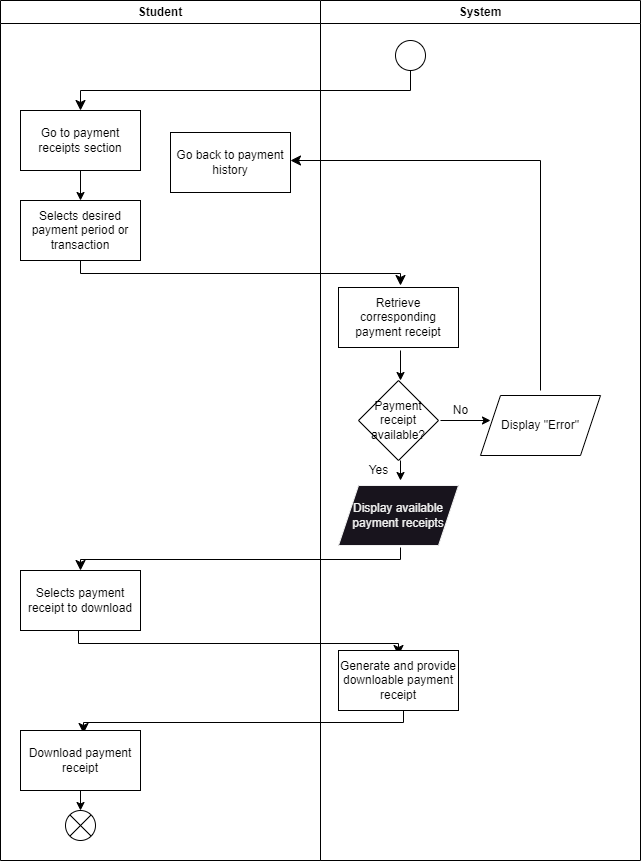
Earlier version of the draw.io export project/drawio/stakeholder/activity diagram/uc22.png (drshahizan/software-engineering). Source tidied: cells renumbered, new cells last; positions are measured from the earlier drawing's top-left corner, leaving out a move shared by most shapes. Its diagram source:
```xml
<mxGraphModel>
  <root>
    <mxCell id="0" />
    <mxCell id="1" parent="0" />
    <mxCell id="2" style="ellipse;" parent="1" vertex="1">
      <mxGeometry x="395" y="40" width="30" height="30" as="geometry" />
    </mxCell>
    <mxCell id="3" style="edgeStyle=elbowEdgeStyle;elbow=vertical;endArrow=classic;html=1;curved=0;rounded=0;endSize=8;startSize=8;" parent="1" edge="1">
      <mxGeometry relative="1" as="geometry">
        <mxPoint x="410" y="70" as="sourcePoint" />
        <mxPoint x="80" y="110" as="targetPoint" />
      </mxGeometry>
    </mxCell>
    <mxCell id="4" value="Go to payment receipts section" style="rounded=0;whiteSpace=wrap;html=1;" parent="1" vertex="1">
      <mxGeometry x="20" y="110" width="120" height="60" as="geometry" />
    </mxCell>
    <mxCell id="5" style="endArrow=classic;html=1;" parent="1" edge="1">
      <mxGeometry relative="1" as="geometry">
        <mxPoint x="80" y="170" as="sourcePoint" />
        <mxPoint x="80" y="200" as="targetPoint" />
      </mxGeometry>
    </mxCell>
    <mxCell id="6" value="Selects desired payment period or transaction" style="rounded=0;whiteSpace=wrap;html=1;" parent="1" vertex="1">
      <mxGeometry x="20" y="200" width="120" height="60" as="geometry" />
    </mxCell>
    <mxCell id="7" style="edgeStyle=elbowEdgeStyle;elbow=vertical;endArrow=classic;html=1;curved=0;rounded=0;endSize=8;startSize=8;" parent="1" edge="1">
      <mxGeometry relative="1" as="geometry">
        <mxPoint x="80" y="260" as="sourcePoint" />
        <mxPoint x="400" y="285" as="targetPoint" />
      </mxGeometry>
    </mxCell>
    <mxCell id="8" value="Retrieve corresponding payment receipt" style="rounded=0;whiteSpace=wrap;html=1;" parent="1" vertex="1">
      <mxGeometry x="338" y="287" width="120" height="60" as="geometry" />
    </mxCell>
    <mxCell id="9" style="endArrow=classic;html=1;" parent="1" edge="1">
      <mxGeometry relative="1" as="geometry">
        <mxPoint x="400" y="350" as="sourcePoint" />
        <mxPoint x="400" y="380" as="targetPoint" />
      </mxGeometry>
    </mxCell>
    <mxCell id="10" value="Payment receipt available?" style="rhombus;whiteSpace=wrap;html=1;" parent="1" vertex="1">
      <mxGeometry x="358" y="380" width="80" height="80" as="geometry" />
    </mxCell>
    <mxCell id="11" style="endArrow=classic;html=1;" parent="1" edge="1">
      <mxGeometry relative="1" as="geometry">
        <mxPoint x="400" y="460" as="sourcePoint" />
        <mxPoint x="400" y="480" as="targetPoint" />
      </mxGeometry>
    </mxCell>
    <mxCell id="12" value="Yes" style="text;html=1;align=center;verticalAlign=middle;points=[];strokeColor=none;fillColor=none;" parent="1" vertex="1">
      <mxGeometry x="358" y="455" width="40" height="30" as="geometry" />
    </mxCell>
    <mxCell id="13" value="Display available payment receipts" style="shape=parallelogram;perimeter=parallelogramPerimeter;whiteSpace=wrap;html=1;fixedSize=1;fontFamily=Helvetica;fontSize=12;fontColor=rgb(240, 240, 240);align=center;strokeColor=rgb(240, 240, 240);fillColor=rgb(24, 20, 29);" parent="1" vertex="1">
      <mxGeometry x="338" y="485" width="120" height="60" as="geometry" />
    </mxCell>
    <mxCell id="14" style="edgeStyle=elbowEdgeStyle;elbow=vertical;endArrow=classic;html=1;curved=0;rounded=0;endSize=8;startSize=8;" parent="1" edge="1">
      <mxGeometry relative="1" as="geometry">
        <mxPoint x="400" y="547" as="sourcePoint" />
        <mxPoint x="80" y="570" as="targetPoint" />
      </mxGeometry>
    </mxCell>
    <mxCell id="15" value="Selects payment receipt to download" style="rounded=0;whiteSpace=wrap;html=1;" parent="1" vertex="1">
      <mxGeometry x="20" y="570" width="120" height="60" as="geometry" />
    </mxCell>
    <mxCell id="16" style="edgeStyle=elbowEdgeStyle;elbow=vertical;endArrow=classic;html=1;curved=0;rounded=0;endSize=8;startSize=8;" parent="1" edge="1">
      <mxGeometry relative="1" as="geometry">
        <mxPoint x="78" y="630" as="sourcePoint" />
        <mxPoint x="398" y="655" as="targetPoint" />
      </mxGeometry>
    </mxCell>
    <mxCell id="17" value="Generate and provide downloable payment receipt" style="rounded=0;whiteSpace=wrap;html=1;" parent="1" vertex="1">
      <mxGeometry x="338" y="650" width="120" height="60" as="geometry" />
    </mxCell>
    <mxCell id="18" style="edgeStyle=elbowEdgeStyle;elbow=vertical;endArrow=classic;html=1;curved=0;rounded=0;endSize=8;startSize=8;" parent="1" edge="1">
      <mxGeometry relative="1" as="geometry">
        <mxPoint x="403" y="710" as="sourcePoint" />
        <mxPoint x="83" y="733" as="targetPoint" />
        <Array as="points">
          <mxPoint x="253" y="722" />
        </Array>
      </mxGeometry>
    </mxCell>
    <mxCell id="19" value="Download payment receipt" style="rounded=0;whiteSpace=wrap;html=1;" parent="1" vertex="1">
      <mxGeometry x="20" y="730" width="120" height="60" as="geometry" />
    </mxCell>
    <mxCell id="20" style="endArrow=classic;html=1;" parent="1" edge="1">
      <mxGeometry relative="1" as="geometry">
        <mxPoint x="80" y="790" as="sourcePoint" />
        <mxPoint x="80" y="810" as="targetPoint" />
      </mxGeometry>
    </mxCell>
    <mxCell id="21" style="shape=sumEllipse;perimeter=ellipsePerimeter;whiteSpace=wrap;html=1;backgroundOutline=1;" parent="1" vertex="1">
      <mxGeometry x="65" y="810" width="30" height="30" as="geometry" />
    </mxCell>
    <mxCell id="22" style="endArrow=classic;html=1;" parent="1" edge="1">
      <mxGeometry relative="1" as="geometry">
        <mxPoint x="440" y="420" as="sourcePoint" />
        <mxPoint x="490" y="420" as="targetPoint" />
      </mxGeometry>
    </mxCell>
    <mxCell id="23" value="No" style="text;html=1;align=center;verticalAlign=middle;strokeColor=none;fillColor=none;" parent="1" vertex="1">
      <mxGeometry x="440" y="395" width="40" height="30" as="geometry" />
    </mxCell>
    <mxCell id="24" value="Display &quot;Error&quot;" style="shape=parallelogram;perimeter=parallelogramPerimeter;whiteSpace=wrap;html=1;fixedSize=1;" parent="1" vertex="1">
      <mxGeometry x="480" y="395" width="120" height="60" as="geometry" />
    </mxCell>
    <mxCell id="25" style="edgeStyle=elbowEdgeStyle;elbow=vertical;endArrow=classic;html=1;curved=0;rounded=0;endSize=8;startSize=8;" parent="1" edge="1">
      <mxGeometry relative="1" as="geometry">
        <mxPoint x="540" y="390" as="sourcePoint" />
        <mxPoint x="290" y="160" as="targetPoint" />
        <Array as="points">
          <mxPoint x="290" y="160" />
        </Array>
      </mxGeometry>
    </mxCell>
    <mxCell id="26" value="Go back to payment history" style="rounded=0;whiteSpace=wrap;html=1;" parent="1" vertex="1">
      <mxGeometry x="170" y="132" width="120" height="60" as="geometry" />
    </mxCell>
    <mxCell id="27" value="Student" style="swimlane;whiteSpace=wrap;html=1;" parent="1" vertex="1">
      <mxGeometry width="320" height="860" as="geometry" />
    </mxCell>
    <mxCell id="28" value="System" style="swimlane;whiteSpace=wrap;html=1;" parent="1" vertex="1">
      <mxGeometry x="320" width="320" height="860" as="geometry" />
    </mxCell>
  </root>
</mxGraphModel>
```
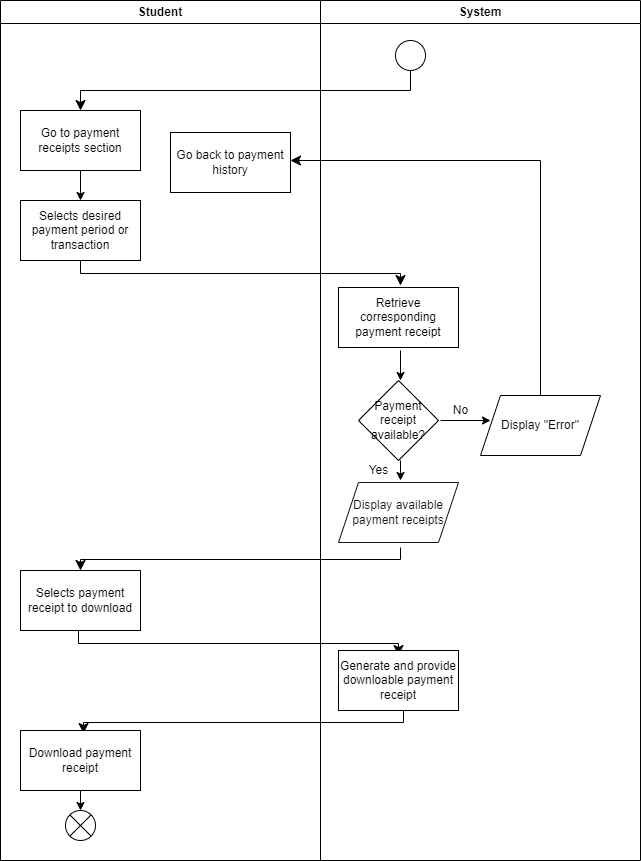
After the change.

The edit, as a diff of the source:
```diff
@@ -47,11 +47,14 @@
         <mxPoint x="400" y="480" as="targetPoint" />
       </mxGeometry>
     </mxCell>
+    <mxCell id="29" style="edgeStyle=none;html=1;" parent="1" edge="1" source="12" target="13">
+      <mxGeometry relative="1" as="geometry" />
+    </mxCell>
     <mxCell id="12" value="Yes" style="text;html=1;align=center;verticalAlign=middle;points=[];strokeColor=none;fillColor=none;" parent="1" vertex="1">
       <mxGeometry x="358" y="455" width="40" height="30" as="geometry" />
     </mxCell>
-    <mxCell id="13" value="Display available payment receipts" style="shape=parallelogram;perimeter=parallelogramPerimeter;whiteSpace=wrap;html=1;fixedSize=1;fontFamily=Helvetica;fontSize=12;fontColor=rgb(240, 240, 240);align=center;strokeColor=rgb(240, 240, 240);fillColor=rgb(24, 20, 29);" parent="1" vertex="1">
-      <mxGeometry x="338" y="485" width="120" height="60" as="geometry" />
+    <mxCell id="13" value="&lt;font color=&quot;#18141d&quot;&gt;Display available payment receipts&lt;/font&gt;" style="shape=parallelogram;perimeter=parallelogramPerimeter;whiteSpace=wrap;html=1;fixedSize=1;fontFamily=Helvetica;fontSize=12;fontColor=rgb(240, 240, 240);align=center;strokeColor=#18141D;fillColor=#FFFFFF;" parent="1" vertex="1">
+      <mxGeometry x="338" y="482" width="120" height="60" as="geometry" />
     </mxCell>
     <mxCell id="14" style="edgeStyle=elbowEdgeStyle;elbow=vertical;endArrow=classic;html=1;curved=0;rounded=0;endSize=8;startSize=8;" parent="1" edge="1">
       <mxGeometry relative="1" as="geometry">
@@ -104,9 +107,8 @@
     <mxCell id="24" value="Display &quot;Error&quot;" style="shape=parallelogram;perimeter=parallelogramPerimeter;whiteSpace=wrap;html=1;fixedSize=1;" parent="1" vertex="1">
       <mxGeometry x="480" y="395" width="120" height="60" as="geometry" />
     </mxCell>
-    <mxCell id="25" style="edgeStyle=elbowEdgeStyle;elbow=vertical;endArrow=classic;html=1;curved=0;rounded=0;endSize=8;startSize=8;" parent="1" edge="1">
+    <mxCell id="25" style="edgeStyle=elbowEdgeStyle;elbow=vertical;endArrow=classic;html=1;curved=0;rounded=0;endSize=8;startSize=8;" parent="1" edge="1" source="24">
       <mxGeometry relative="1" as="geometry">
-        <mxPoint x="540" y="390" as="sourcePoint" />
         <mxPoint x="290" y="160" as="targetPoint" />
         <Array as="points">
           <mxPoint x="290" y="160" />
```
